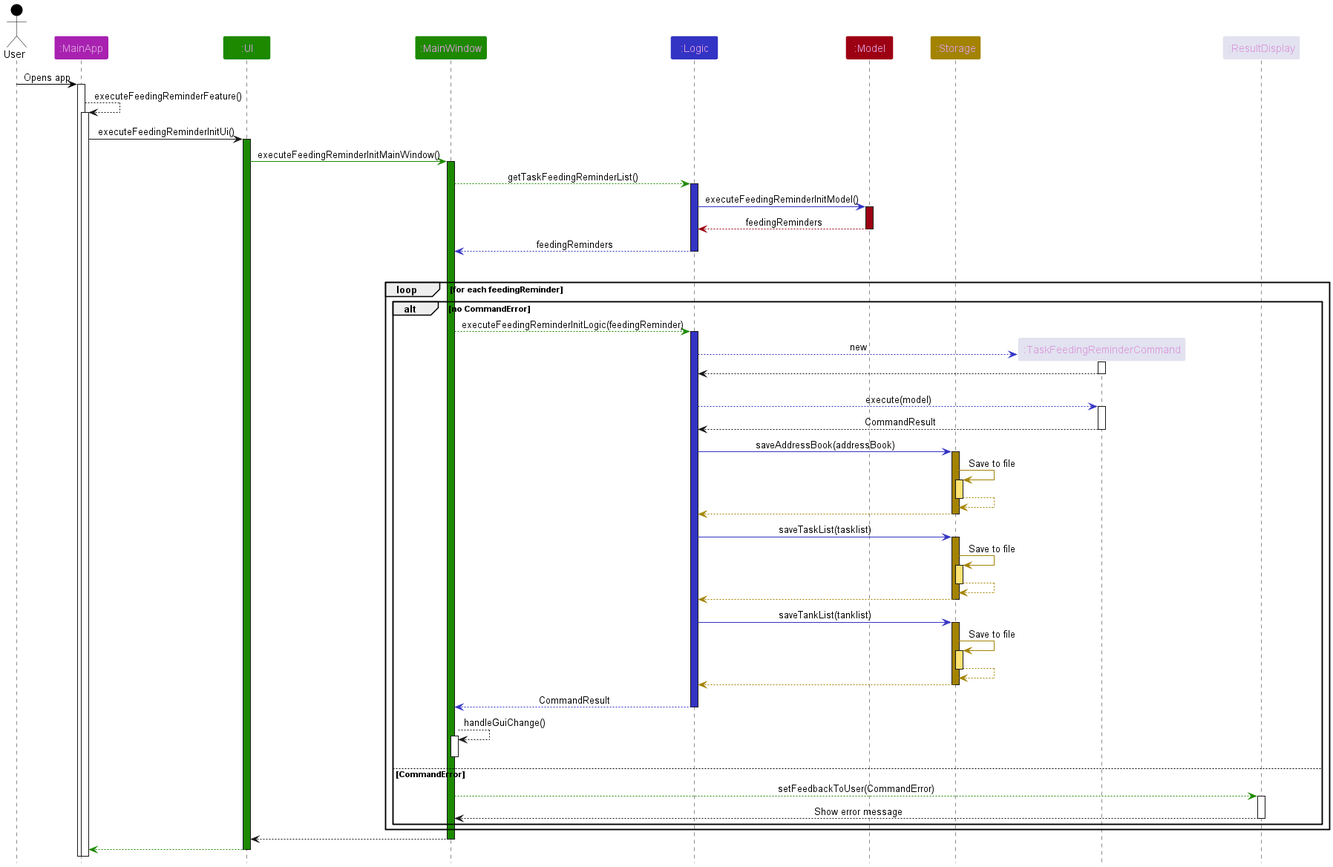
Before: docs/images/FeedingReminderSequenceDiagram.png, a diagram exported from PlantUML (nus-cs2103-AY2223S2/tp). Its source is kept beside it as docs/diagrams/FeedingReminderSequenceDiagram.puml. Source of this version:
```plantuml
@startuml
!include style.puml
skinparam Participant {
    FontColor #DB9CDC
    Padding 20
    BorderColor #FFFFFF
}
Actor User as user USER_COLOR
Participant ":MainApp" as mainapp #A821B0
Participant ":UI" as ui UI_COLOR
Participant ":MainWindow" as mainwindow UI_COLOR
Participant ":Logic" as logic LOGIC_COLOR
Participant ":Model" as model MODEL_COLOR
Participant ":Storage" as storage STORAGE_COLOR

user -[USER_COLOR]> mainapp : Opens app
activate mainapp

mainapp --> mainapp : executeFeedingReminderFeature()
activate mainapp
mainapp -> ui : executeFeedingReminderInitUi()
activate ui UI_COLOR

ui -[UI_COLOR]> mainwindow : executeFeedingReminderInitMainWindow()
activate mainwindow UI_COLOR

mainwindow -[UI_COLOR]-> logic : getTaskFeedingReminderList()
activate logic LOGIC_COLOR

logic -[LOGIC_COLOR]> model : executeFeedingReminderInitModel()
activate model MODEL_COLOR


model -[MODEL_COLOR]-> logic : feedingReminders
deactivate model
logic -[LOGIC_COLOR]-> mainwindow : feedingReminders
deactivate logic
logic -[hidden]-> logic

loop for each feedingReminder
    alt no CommandError

        mainwindow -[UI_COLOR]-> logic : executeFeedingReminderInitLogic(feedingReminder)
        activate logic LOGIC_COLOR
        logic -[LOGIC_COLOR]-> ":TaskFeedingReminderCommand"  ** : new
        activate ":TaskFeedingReminderCommand"
        ":TaskFeedingReminderCommand" --> logic
        deactivate ":TaskFeedingReminderCommand"
        logic -[hidden]-> ":TaskFeedingReminderCommand"
        logic -[LOGIC_COLOR]-> ":TaskFeedingReminderCommand" : execute(model)
        activate ":TaskFeedingReminderCommand"
        ":TaskFeedingReminderCommand" --> logic : CommandResult
        deactivate ":TaskFeedingReminderCommand"

        logic -[LOGIC_COLOR]> storage : saveAddressBook(addressBook)
        activate storage STORAGE_COLOR
        storage -[STORAGE_COLOR]> storage : Save to file
        activate storage STORAGE_COLOR_T1
        storage --[STORAGE_COLOR]> storage
        deactivate storage
        storage --[STORAGE_COLOR]> logic
        deactivate storage
        logic -[LOGIC_COLOR]> storage : saveTaskList(tasklist)
                activate storage STORAGE_COLOR
                storage -[STORAGE_COLOR]> storage : Save to file
                activate storage STORAGE_COLOR_T1
                storage --[STORAGE_COLOR]> storage
                deactivate storage
                storage --[STORAGE_COLOR]> logic
                deactivate storage
        logic -[LOGIC_COLOR]> storage : saveTankList(tanklist)
        activate storage STORAGE_COLOR
        storage -[STORAGE_COLOR]> storage : Save to file
        activate storage STORAGE_COLOR_T1
        storage --[STORAGE_COLOR]> storage
        deactivate storage
        storage --[STORAGE_COLOR]> logic
        deactivate storage

        logic -[LOGIC_COLOR]-> mainwindow : CommandResult
        deactivate logic
        mainwindow --> mainwindow : handleGuiChange()
        activate mainwindow
        deactivate mainwindow

    else CommandError
        mainwindow -[UI_COLOR]-> ":ResultDisplay" : setFeedbackToUser(CommandError)
        activate ":ResultDisplay"
        ":ResultDisplay" --> mainwindow : Show error message
        deactivate ":ResultDisplay"
    end
end
mainwindow --> ui
deactivate mainwindow
ui -[UI_COLOR]-> mainapp
deactivate ui
deactivate user

@enduml
```
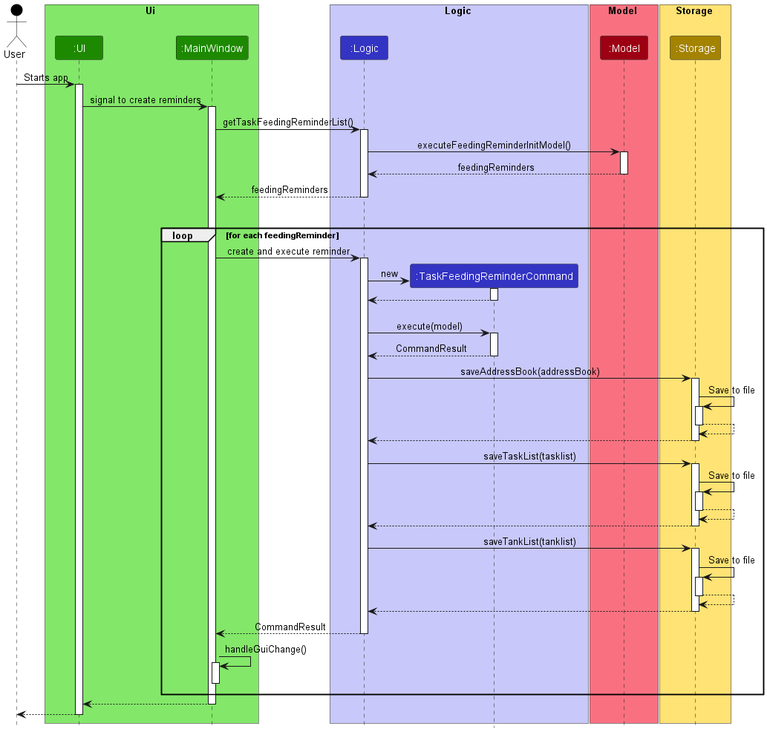
After the commit.

Commit message:
Update sequence diagram and writeup for feeding reminders

What changed in the source:
```diff
@@ -1,98 +1,93 @@
 @startuml
 !include style.puml
-skinparam Participant {
-    FontColor #DB9CDC
-    Padding 20
-    BorderColor #FFFFFF
-}
+
 Actor User as user USER_COLOR
-Participant ":MainApp" as mainapp #A821B0
+
+box Ui UI_COLOR_T1
 Participant ":UI" as ui UI_COLOR
 Participant ":MainWindow" as mainwindow UI_COLOR
+end box
+
+box Logic LOGIC_COLOR_T1
 Participant ":Logic" as logic LOGIC_COLOR
+Participant ":TaskFeedingReminderCommand" LOGIC_COLOR
+end box
+
+box Model MODEL_COLOR_T1
 Participant ":Model" as model MODEL_COLOR
+end box
+
+box Storage STORAGE_COLOR_T1
 Participant ":Storage" as storage STORAGE_COLOR
+end box
 
-user -[USER_COLOR]> mainapp : Opens app
-activate mainapp
+user -> ui : Starts app
+activate ui
 
-mainapp --> mainapp : executeFeedingReminderFeature()
-activate mainapp
-mainapp -> ui : executeFeedingReminderInitUi()
-activate ui UI_COLOR
+ui -> mainwindow : signal to create reminders
+activate mainwindow
 
-ui -[UI_COLOR]> mainwindow : executeFeedingReminderInitMainWindow()
-activate mainwindow UI_COLOR
+mainwindow -> logic : getTaskFeedingReminderList()
+activate logic
 
-mainwindow -[UI_COLOR]-> logic : getTaskFeedingReminderList()
-activate logic LOGIC_COLOR
-
-logic -[LOGIC_COLOR]> model : executeFeedingReminderInitModel()
-activate model MODEL_COLOR
+logic -> model : executeFeedingReminderInitModel()
+activate model
 
 
-model -[MODEL_COLOR]-> logic : feedingReminders
+model --> logic : feedingReminders
 deactivate model
-logic -[LOGIC_COLOR]-> mainwindow : feedingReminders
+logic --> mainwindow : feedingReminders
 deactivate logic
 logic -[hidden]-> logic
 
 loop for each feedingReminder
-    alt no CommandError
 
-        mainwindow -[UI_COLOR]-> logic : executeFeedingReminderInitLogic(feedingReminder)
-        activate logic LOGIC_COLOR
-        logic -[LOGIC_COLOR]-> ":TaskFeedingReminderCommand"  ** : new
+        mainwindow -> logic : create and execute reminder
+        activate logic
+        logic -> ":TaskFeedingReminderCommand"  ** : new
         activate ":TaskFeedingReminderCommand"
         ":TaskFeedingReminderCommand" --> logic
         deactivate ":TaskFeedingReminderCommand"
         logic -[hidden]-> ":TaskFeedingReminderCommand"
-        logic -[LOGIC_COLOR]-> ":TaskFeedingReminderCommand" : execute(model)
+        logic -> ":TaskFeedingReminderCommand" : execute(model)
         activate ":TaskFeedingReminderCommand"
         ":TaskFeedingReminderCommand" --> logic : CommandResult
         deactivate ":TaskFeedingReminderCommand"
 
-        logic -[LOGIC_COLOR]> storage : saveAddressBook(addressBook)
-        activate storage STORAGE_COLOR
-        storage -[STORAGE_COLOR]> storage : Save to file
-        activate storage STORAGE_COLOR_T1
-        storage --[STORAGE_COLOR]> storage
+        logic -> storage : saveAddressBook(addressBook)
+        activate storage
+        storage -> storage : Save to file
+        activate storage
+        storage --> storage
         deactivate storage
-        storage --[STORAGE_COLOR]> logic
+        storage --> logic
         deactivate storage
-        logic -[LOGIC_COLOR]> storage : saveTaskList(tasklist)
-                activate storage STORAGE_COLOR
-                storage -[STORAGE_COLOR]> storage : Save to file
-                activate storage STORAGE_COLOR_T1
-                storage --[STORAGE_COLOR]> storage
-                deactivate storage
-                storage --[STORAGE_COLOR]> logic
-                deactivate storage
-        logic -[LOGIC_COLOR]> storage : saveTankList(tanklist)
-        activate storage STORAGE_COLOR
-        storage -[STORAGE_COLOR]> storage : Save to file
-        activate storage STORAGE_COLOR_T1
-        storage --[STORAGE_COLOR]> storage
+        logic -> storage : saveTaskList(tasklist)
+        activate storage
+        storage -> storage : Save to file
+        activate storage
+        storage --> storage
         deactivate storage
-        storage --[STORAGE_COLOR]> logic
+        storage --> logic
+        deactivate storage
+        logic -> storage : saveTankList(tanklist)
+        activate storage
+        storage -> storage : Save to file
+        activate storage
+        storage --> storage
+        deactivate storage
+        storage --> logic
         deactivate storage
 
-        logic -[LOGIC_COLOR]-> mainwindow : CommandResult
+        logic --> mainwindow : CommandResult
         deactivate logic
-        mainwindow --> mainwindow : handleGuiChange()
+        mainwindow -> mainwindow : handleGuiChange()
         activate mainwindow
         deactivate mainwindow
-
-    else CommandError
-        mainwindow -[UI_COLOR]-> ":ResultDisplay" : setFeedbackToUser(CommandError)
-        activate ":ResultDisplay"
-        ":ResultDisplay" --> mainwindow : Show error message
-        deactivate ":ResultDisplay"
-    end
 end
 mainwindow --> ui
 deactivate mainwindow
-ui -[UI_COLOR]-> mainapp
+ui --> user
 deactivate ui
 deactivate user
 
```
